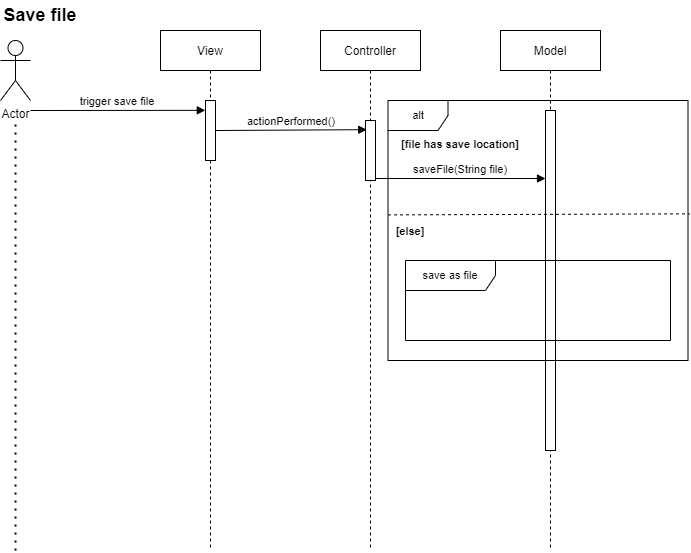
Earlier version of the draw.io export Laboration1/UML/saveFile(Alt1).drawio.png (Johanced/2021-isgc08-Cederhag). Source tidied: cells renumbered, new cells last; positions are measured from the earlier drawing's top-left corner, leaving out a move shared by most shapes. Source of this version:
```xml
<mxGraphModel>
  <root>
    <mxCell id="0" />
    <mxCell id="1" parent="0" />
    <mxCell id="2" value="Controller" style="shape=umlLifeline;perimeter=lifelinePerimeter;rounded=0;shadow=0;strokeWidth=1;" parent="1" vertex="1">
      <mxGeometry x="320" y="30" width="100" height="520" as="geometry" />
    </mxCell>
    <mxCell id="3" style="points=[];perimeter=orthogonalPerimeter;rounded=0;shadow=0;strokeWidth=1;" parent="2" vertex="1">
      <mxGeometry x="45" y="90" width="10" height="60" as="geometry" />
    </mxCell>
    <mxCell id="4" value="actionPerformed()" style="verticalAlign=bottom;endArrow=block;shadow=0;strokeWidth=1;entryX=0.121;entryY=0.153;entryDx=0;entryDy=0;entryPerimeter=0;" parent="2" edge="1" target="3">
      <mxGeometry relative="1" as="geometry">
        <mxPoint x="-105" y="100" as="sourcePoint" />
      </mxGeometry>
    </mxCell>
    <mxCell id="5" value="Model" style="shape=umlLifeline;perimeter=lifelinePerimeter;rounded=0;shadow=0;strokeWidth=1;" parent="1" vertex="1">
      <mxGeometry x="500" y="30" width="100" height="520" as="geometry" />
    </mxCell>
    <mxCell id="6" style="points=[];perimeter=orthogonalPerimeter;rounded=0;shadow=0;strokeWidth=1;" parent="5" vertex="1">
      <mxGeometry x="45" y="80" width="10" height="340" as="geometry" />
    </mxCell>
    <mxCell id="7" value="saveFile(String file)" style="verticalAlign=bottom;endArrow=block;entryX=0;entryY=0.2;shadow=0;strokeWidth=1;entryDx=0;entryDy=0;entryPerimeter=0;" parent="1" edge="1" source="3" target="6">
      <mxGeometry relative="1" as="geometry" />
    </mxCell>
    <mxCell id="8" value="Actor" style="shape=umlActor;verticalLabelPosition=bottom;verticalAlign=top;html=1;" parent="1" vertex="1">
      <mxGeometry y="40" width="30" height="60" as="geometry" />
    </mxCell>
    <mxCell id="9" value="trigger save file" style="verticalAlign=bottom;endArrow=block;shadow=0;strokeWidth=1;entryX=-0.019;entryY=0.164;entryDx=0;entryDy=0;entryPerimeter=0;" parent="1" edge="1" target="11">
      <mxGeometry relative="1" as="geometry">
        <mxPoint x="30" y="110" as="sourcePoint" />
      </mxGeometry>
    </mxCell>
    <mxCell id="10" value="View" style="shape=umlLifeline;perimeter=lifelinePerimeter;rounded=0;shadow=0;strokeWidth=1;" parent="1" vertex="1">
      <mxGeometry x="160" y="30" width="100" height="520" as="geometry" />
    </mxCell>
    <mxCell id="11" style="points=[];perimeter=orthogonalPerimeter;rounded=0;shadow=0;strokeWidth=1;" parent="10" vertex="1">
      <mxGeometry x="45" y="70" width="10" height="60" as="geometry" />
    </mxCell>
    <mxCell id="12" style="endArrow=none;dashed=1;html=1;dashPattern=1 3;strokeWidth=2;rounded=0;" parent="1" edge="1">
      <mxGeometry relative="1" as="geometry">
        <mxPoint x="15" y="550" as="sourcePoint" />
        <mxPoint x="15" y="120" as="targetPoint" />
      </mxGeometry>
    </mxCell>
    <mxCell id="13" value="&lt;b&gt;Save file&lt;/b&gt;" style="text;html=1;strokeColor=none;fillColor=none;align=center;verticalAlign=middle;whiteSpace=wrap;rounded=0;fontSize=18;" parent="1" vertex="1">
      <mxGeometry width="80" height="30" as="geometry" />
    </mxCell>
    <mxCell id="14" value="alt" style="shape=umlFrame;whiteSpace=wrap;html=1;fontSize=11;" parent="1" vertex="1">
      <mxGeometry x="387.5" y="100" width="300" height="260" as="geometry" />
    </mxCell>
    <mxCell id="15" value="[file has save location]" style="text;align=center;fontStyle=1;verticalAlign=middle;spacingLeft=3;spacingRight=3;strokeColor=none;fontSize=11;" parent="1" vertex="1">
      <mxGeometry x="420" y="130" width="80" height="26" as="geometry" />
    </mxCell>
    <mxCell id="16" value="[else]" style="text;align=center;fontStyle=1;verticalAlign=middle;spacingLeft=3;spacingRight=3;strokeColor=none;fontSize=11;" parent="1" vertex="1">
      <mxGeometry x="387.5" y="217" width="45" height="26" as="geometry" />
    </mxCell>
    <mxCell id="17" style="endArrow=none;dashed=1;html=1;rounded=0;fontSize=11;exitX=0;exitY=0.44;exitDx=0;exitDy=0;exitPerimeter=0;entryX=1.005;entryY=0.436;entryDx=0;entryDy=0;entryPerimeter=0;" parent="1" edge="1" source="14" target="14">
      <mxGeometry relative="1" as="geometry" />
    </mxCell>
    <mxCell id="18" value="save as file" style="shape=umlFrame;whiteSpace=wrap;html=1;fontSize=11;width=90;height=30;" parent="1" vertex="1">
      <mxGeometry x="405" y="260" width="265" height="80" as="geometry" />
    </mxCell>
  </root>
</mxGraphModel>
```
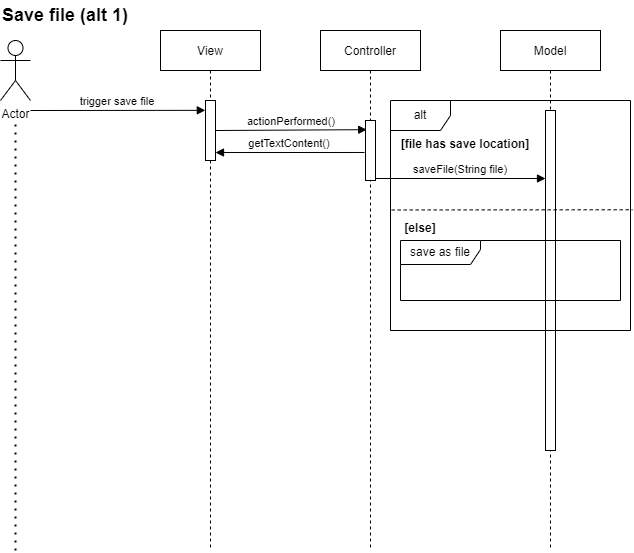
After the commit.

What changed in the source:
```diff
@@ -42,23 +42,26 @@
         <mxPoint x="15" y="120" as="targetPoint" />
       </mxGeometry>
     </mxCell>
-    <mxCell id="13" value="&lt;b&gt;Save file&lt;/b&gt;" style="text;html=1;strokeColor=none;fillColor=none;align=center;verticalAlign=middle;whiteSpace=wrap;rounded=0;fontSize=18;" parent="1" vertex="1">
-      <mxGeometry width="80" height="30" as="geometry" />
+    <mxCell id="13" value="&lt;b&gt;Save file (alt 1)&lt;/b&gt;" style="text;html=1;strokeColor=none;fillColor=none;align=center;verticalAlign=middle;whiteSpace=wrap;rounded=0;fontSize=18;" parent="1" vertex="1">
+      <mxGeometry width="130" height="30" as="geometry" />
     </mxCell>
+    <mxCell id="19" value="getTextContent()" style="verticalAlign=bottom;endArrow=block;shadow=0;strokeWidth=1;entryX=1;entryY=0.867;entryDx=0;entryDy=0;entryPerimeter=0;exitX=-0.1;exitY=0.533;exitDx=0;exitDy=0;exitPerimeter=0;" parent="1" edge="1" source="3" target="11">
+      <mxGeometry relative="1" as="geometry" />
+    </mxCell>
-    <mxCell id="14" value="alt" style="shape=umlFrame;whiteSpace=wrap;html=1;fontSize=11;" parent="1" vertex="1">
-      <mxGeometry x="387.5" y="100" width="300" height="260" as="geometry" />
+    <mxCell id="14" value="alt" style="shape=umlFrame;whiteSpace=wrap;html=1;" parent="1" vertex="1">
+      <mxGeometry x="390" y="100" width="240" height="230" as="geometry" />
     </mxCell>
-    <mxCell id="15" value="[file has save location]" style="text;align=center;fontStyle=1;verticalAlign=middle;spacingLeft=3;spacingRight=3;strokeColor=none;fontSize=11;" parent="1" vertex="1">
-      <mxGeometry x="420" y="130" width="80" height="26" as="geometry" />
+    <mxCell id="15" value="[file has save location]" style="text;align=center;fontStyle=1;verticalAlign=middle;spacingLeft=3;spacingRight=3;strokeColor=none;" parent="1" vertex="1">
+      <mxGeometry x="400" y="130" width="130" height="26" as="geometry" />
     </mxCell>
-    <mxCell id="16" value="[else]" style="text;align=center;fontStyle=1;verticalAlign=middle;spacingLeft=3;spacingRight=3;strokeColor=none;fontSize=11;" parent="1" vertex="1">
-      <mxGeometry x="387.5" y="217" width="45" height="26" as="geometry" />
+    <mxCell id="16" value="[else]" style="text;align=center;fontStyle=1;verticalAlign=middle;spacingLeft=3;spacingRight=3;strokeColor=none;" parent="1" vertex="1">
+      <mxGeometry x="400" y="214" width="40" height="26" as="geometry" />
     </mxCell>
-    <mxCell id="17" style="endArrow=none;dashed=1;html=1;rounded=0;fontSize=11;exitX=0;exitY=0.44;exitDx=0;exitDy=0;exitPerimeter=0;entryX=1.005;entryY=0.436;entryDx=0;entryDy=0;entryPerimeter=0;" parent="1" edge="1" source="14" target="14">
+    <mxCell id="17" style="endArrow=none;dashed=1;html=1;rounded=0;entryX=1.008;entryY=0.475;entryDx=0;entryDy=0;entryPerimeter=0;exitX=0.005;exitY=0.476;exitDx=0;exitDy=0;exitPerimeter=0;" parent="1" edge="1" source="14" target="14">
       <mxGeometry relative="1" as="geometry" />
     </mxCell>
-    <mxCell id="18" value="save as file" style="shape=umlFrame;whiteSpace=wrap;html=1;fontSize=11;width=90;height=30;" parent="1" vertex="1">
-      <mxGeometry x="405" y="260" width="265" height="80" as="geometry" />
+    <mxCell id="18" value="save as file" style="shape=umlFrame;whiteSpace=wrap;html=1;width=80;height=24;" parent="1" vertex="1">
+      <mxGeometry x="400" y="240" width="220" height="60" as="geometry" />
     </mxCell>
   </root>
 </mxGraphModel>
```
